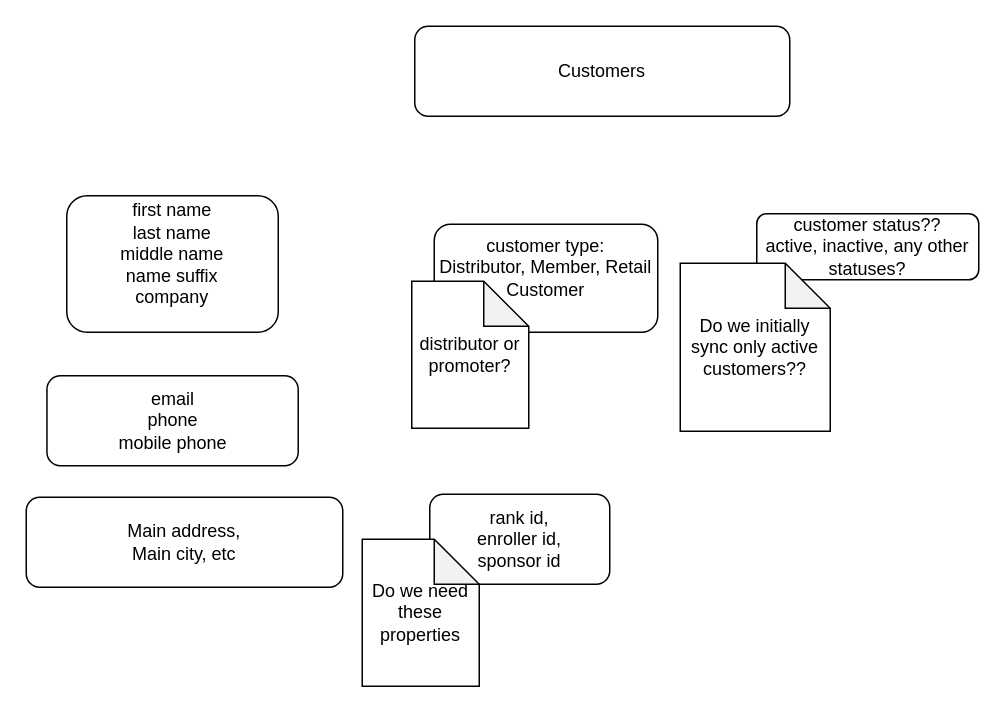
This is Untitled Diagram.drawio from alexrsunrise/diagrams, a draw.io file, before an edit. Source tidied: cells renumbered, new cells numbered last; positions are measured from the earlier drawing's top-left corner, leaving out a move shared by most shapes. Both pictures are drawn from the tidied source at 150%, with x=0, y=0 at pixel (26, 26).
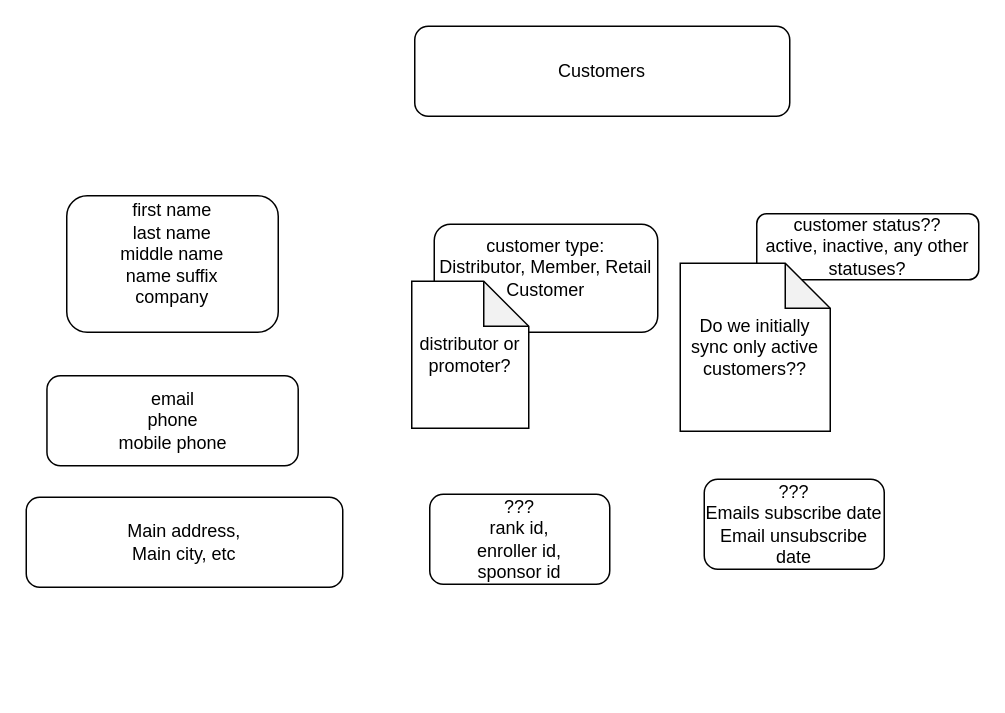
The same diagram, later.

Change to the diagram source:
```diff
@@
 <mxGraphModel>
   <root>
     <mxCell id="0" />
     <mxCell id="1" parent="0" />
     <mxCell id="2" value="Customers" style="rounded=1;whiteSpace=wrap;html=1;" parent="1" vertex="1">
       <mxGeometry x="259" width="250" height="60" as="geometry" />
     </mxCell>
     <mxCell id="3" value="first name&lt;div&gt;last name&lt;/div&gt;&lt;div&gt;middle name&lt;/div&gt;&lt;div&gt;name suffix&lt;/div&gt;&lt;div&gt;company&lt;/div&gt;&lt;div&gt;&lt;br&gt;&lt;/div&gt;" style="rounded=1;whiteSpace=wrap;html=1;" parent="1" vertex="1">
       <mxGeometry x="27" y="113" width="141" height="91" as="geometry" />
     </mxCell>
     <mxCell id="4" value="customer type:&lt;div&gt;Distributor, Member, Retail Customer&lt;br&gt;&lt;div&gt;&lt;br&gt;&lt;/div&gt;&lt;/div&gt;" style="rounded=1;whiteSpace=wrap;html=1;" parent="1" vertex="1">
       <mxGeometry x="272" y="132" width="149" height="72" as="geometry" />
     </mxCell>
     <mxCell id="5" value="distributor or promoter?" style="shape=note;whiteSpace=wrap;html=1;backgroundOutline=1;darkOpacity=0.05;" parent="1" vertex="1">
       <mxGeometry x="257" y="170" width="78" height="98" as="geometry" />
     </mxCell>
     <mxCell id="6" value="customer status??&lt;div&gt;active, inactive, any other statuses?&lt;/div&gt;" style="rounded=1;whiteSpace=wrap;html=1;" parent="1" vertex="1">
       <mxGeometry x="487" y="125" width="148" height="44" as="geometry" />
     </mxCell>
     <mxCell id="7" value="email&lt;div&gt;phone&lt;/div&gt;&lt;div&gt;mobile phone&lt;/div&gt;" style="rounded=1;whiteSpace=wrap;html=1;" parent="1" vertex="1">
       <mxGeometry x="13.8" y="233" width="167.5" height="60" as="geometry" />
     </mxCell>
     <mxCell id="8" value="Main address,&lt;div&gt;Main city, etc&lt;/div&gt;" style="rounded=1;whiteSpace=wrap;html=1;" parent="1" vertex="1">
       <mxGeometry y="314" width="211" height="60" as="geometry" />
     </mxCell>
     <mxCell id="9" value="Do we initially sync only active customers??" style="shape=note;whiteSpace=wrap;html=1;backgroundOutline=1;darkOpacity=0.05;" parent="1" vertex="1">
       <mxGeometry x="436" y="158" width="100" height="112" as="geometry" />
     </mxCell>
-    <mxCell id="10" value="rank id,&lt;div&gt;enroller id,&lt;/div&gt;&lt;div&gt;sponsor id&lt;/div&gt;" style="rounded=1;whiteSpace=wrap;html=1;" parent="1" vertex="1">
+    <mxCell id="10" value="???&lt;div&gt;rank id,&lt;div&gt;enroller id,&lt;/div&gt;&lt;div&gt;sponsor id&lt;/div&gt;&lt;/div&gt;" style="rounded=1;whiteSpace=wrap;html=1;" parent="1" vertex="1">
       <mxGeometry x="269" y="312" width="120" height="60" as="geometry" />
     </mxCell>
-    <mxCell id="11" value="Do we need these properties" style="shape=note;whiteSpace=wrap;html=1;backgroundOutline=1;darkOpacity=0.05;" parent="1" vertex="1">
-      <mxGeometry x="224" y="342" width="78" height="98" as="geometry" />
-    </mxCell>
+    <mxCell id="12" value="???&lt;div&gt;Emails subscribe date&lt;div&gt;Email unsubscribe date&lt;/div&gt;&lt;/div&gt;" style="rounded=1;whiteSpace=wrap;html=1;" parent="1" vertex="1">
+      <mxGeometry x="452" y="302" width="120" height="60" as="geometry" />
+    </mxCell>
   </root>
 </mxGraphModel>
```
